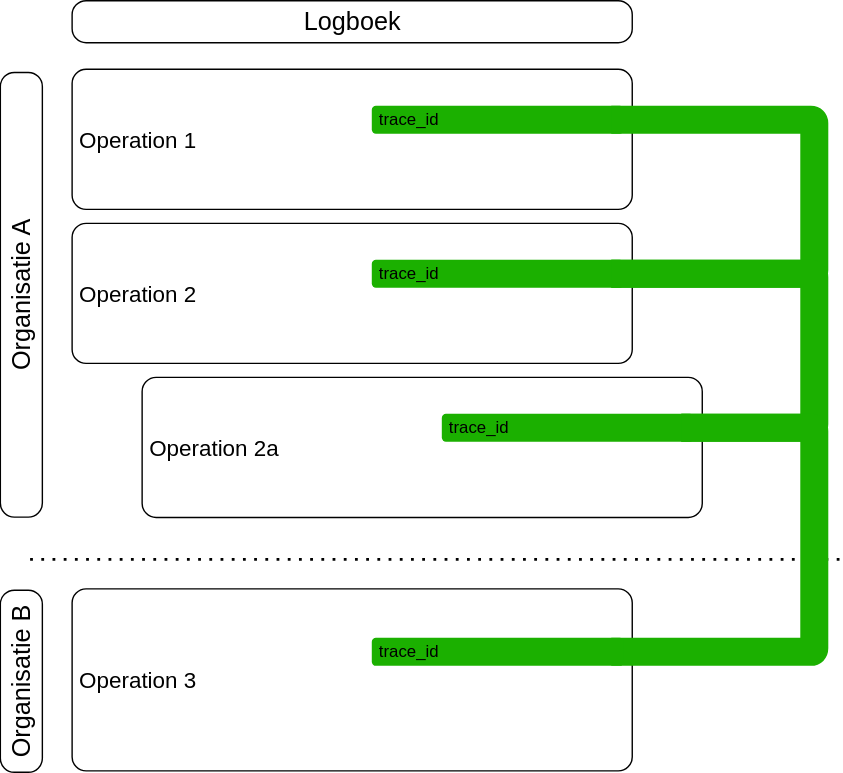
Earlier version of the draw.io export media/relatie_logboekelementen_afbeelding7.svg (Logius-standaarden/logboek-dataverwerkingen-inleiding). Source tidied: cells renumbered, new cells last; positions are measured from the earlier drawing's top-left corner, leaving out a move shared by most shapes. The source it was exported from:
```xml
<mxGraphModel>
  <root>
    <mxCell id="0" />
    <mxCell id="1" parent="0" />
    <mxCell id="2" value="Operation 2" style="rounded=1;whiteSpace=wrap;html=1;align=left;fontSize=16;spacing=5;absoluteArcSize=1;" parent="1" vertex="1">
      <mxGeometry x="195" y="159" width="400" height="100" as="geometry" />
    </mxCell>
    <mxCell id="3" value="Operation 1" style="rounded=1;whiteSpace=wrap;html=1;align=left;fontSize=16;spacing=5;absoluteArcSize=1;" parent="1" vertex="1">
      <mxGeometry x="195" y="49" width="400" height="100" as="geometry" />
    </mxCell>
    <mxCell id="4" value="Operation 2a" style="rounded=1;whiteSpace=wrap;html=1;align=left;fontSize=16;spacing=5;absoluteArcSize=1;" parent="1" vertex="1">
      <mxGeometry x="245" y="269" width="400" height="100" as="geometry" />
    </mxCell>
    <mxCell id="5" value="trace_id" style="rounded=1;whiteSpace=wrap;html=1;strokeColor=none;fillColor=#1BB000;points=[[0,0,0,0,0],[0,0.25,0,0,0],[0,0.75,0,0,0],[0,1,0,0,0],[0.05,0.5,0,0,0],[0.25,0,0,0,0],[0.25,1,0,0,0],[0.5,0,0,0,0],[0.5,1,0,0,0],[0.75,0,0,0,0],[0.75,1,0,0,0],[0.95,0.5,0,0,0],[1,0,0,0,0],[1,0.25,0,0,0],[1,0.75,0,0,0],[1,1,0,0,0]];align=left;spacing=5;" parent="1" vertex="1">
      <mxGeometry x="409" y="75" width="180" height="20" as="geometry" />
    </mxCell>
    <mxCell id="6" value="trace_id" style="rounded=1;whiteSpace=wrap;html=1;strokeColor=none;fillColor=#1BB000;points=[[0,0,0,0,0],[0,0.25,0,0,0],[0,0.75,0,0,0],[0,1,0,0,0],[0.05,0.5,0,0,0],[0.25,0,0,0,0],[0.25,1,0,0,0],[0.5,0,0,0,0],[0.5,1,0,0,0],[0.75,0,0,0,0],[0.75,1,0,0,0],[0.95,0.5,0,0,0],[1,0,0,0,0],[1,0.25,0,0,0],[1,0.75,0,0,0],[1,1,0,0,0]];align=left;spacing=5;" parent="1" vertex="1">
      <mxGeometry x="409" y="185" width="180" height="20" as="geometry" />
    </mxCell>
    <mxCell id="7" value="trace_id" style="rounded=1;whiteSpace=wrap;html=1;strokeColor=none;fillColor=#1BB000;points=[[0,0,0,0,0],[0,0.25,0,0,0],[0,0.75,0,0,0],[0,1,0,0,0],[0.05,0.5,0,0,0],[0.25,0,0,0,0],[0.25,1,0,0,0],[0.5,0,0,0,0],[0.5,1,0,0,0],[0.75,0,0,0,0],[0.75,1,0,0,0],[0.95,0.5,0,0,0],[1,0,0,0,0],[1,0.25,0,0,0],[1,0.75,0,0,0],[1,1,0,0,0]];align=left;spacing=5;" parent="1" vertex="1">
      <mxGeometry x="459" y="295" width="180" height="20" as="geometry" />
    </mxCell>
    <mxCell id="8" value="Operation 3" style="rounded=1;whiteSpace=wrap;html=1;align=left;fontSize=16;spacing=5;absoluteArcSize=1;" parent="1" vertex="1">
      <mxGeometry x="195" y="420" width="400" height="130" as="geometry" />
    </mxCell>
    <mxCell id="9" style="edgeStyle=orthogonalEdgeStyle;rounded=1;jettySize=auto;html=1;entryX=0.95;entryY=0.5;entryDx=0;entryDy=0;entryPerimeter=0;endArrow=none;startFill=0;strokeWidth=20;exitX=0.95;exitY=0.5;exitDx=0;exitDy=0;exitPerimeter=0;strokeColor=#1BB000;curved=0;arcSize=5;" parent="1" edge="1" source="5" target="6">
      <mxGeometry relative="1" as="geometry">
        <Array as="points">
          <mxPoint x="725" y="85" />
          <mxPoint x="725" y="195" />
        </Array>
      </mxGeometry>
    </mxCell>
    <mxCell id="10" style="edgeStyle=orthogonalEdgeStyle;rounded=1;jettySize=auto;html=1;endArrow=none;startFill=0;strokeWidth=20;strokeColor=#1BB000;curved=0;arcSize=5;entryX=0.95;entryY=0.5;entryDx=0;entryDy=0;entryPerimeter=0;exitX=0.95;exitY=0.5;exitDx=0;exitDy=0;exitPerimeter=0;" parent="1" edge="1" source="6" target="7">
      <mxGeometry relative="1" as="geometry">
        <Array as="points">
          <mxPoint x="725" y="195" />
          <mxPoint x="725" y="305" />
        </Array>
      </mxGeometry>
    </mxCell>
    <mxCell id="11" style="endArrow=none;dashed=1;html=1;dashPattern=1 3;strokeWidth=2;rounded=0;" parent="1" edge="1">
      <mxGeometry relative="1" as="geometry">
        <mxPoint x="165" y="399" as="sourcePoint" />
        <mxPoint x="743" y="399" as="targetPoint" />
      </mxGeometry>
    </mxCell>
    <mxCell id="12" style="edgeStyle=orthogonalEdgeStyle;rounded=1;jettySize=auto;html=1;endArrow=none;startFill=0;strokeWidth=20;strokeColor=#1BB000;curved=0;arcSize=5;entryX=0.95;entryY=0.5;entryDx=0;entryDy=0;entryPerimeter=0;exitX=0.95;exitY=0.5;exitDx=0;exitDy=0;exitPerimeter=0;" parent="1" edge="1" source="7" target="13">
      <mxGeometry relative="1" as="geometry">
        <Array as="points">
          <mxPoint x="725" y="305" />
          <mxPoint x="725" y="465" />
        </Array>
      </mxGeometry>
    </mxCell>
    <mxCell id="13" value="trace_id" style="rounded=1;whiteSpace=wrap;html=1;strokeColor=none;fillColor=#1BB000;points=[[0,0,0,0,0],[0,0.25,0,0,0],[0,0.75,0,0,0],[0,1,0,0,0],[0.05,0.5,0,0,0],[0.25,0,0,0,0],[0.25,1,0,0,0],[0.5,0,0,0,0],[0.5,1,0,0,0],[0.75,0,0,0,0],[0.75,1,0,0,0],[0.95,0.5,0,0,0],[1,0,0,0,0],[1,0.25,0,0,0],[1,0.75,0,0,0],[1,1,0,0,0]];align=left;spacing=5;gradientColor=none;gradientDirection=west;" parent="1" vertex="1">
      <mxGeometry x="409" y="455" width="180" height="20" as="geometry" />
    </mxCell>
    <mxCell id="14" value="Organisatie A" style="text;html=1;align=center;verticalAlign=middle;whiteSpace=wrap;rounded=1;rotation=-90;fontSize=18;fillColor=none;strokeColor=default;absoluteArcSize=1;" parent="1" vertex="1">
      <mxGeometry y="195" width="317.5" height="30" as="geometry" />
    </mxCell>
    <mxCell id="15" value="Organisatie B" style="text;html=1;align=center;verticalAlign=middle;whiteSpace=wrap;rounded=1;rotation=-90;fontSize=18;fillColor=none;strokeColor=default;absoluteArcSize=1;" parent="1" vertex="1">
      <mxGeometry x="93.8" y="471" width="130" height="30" as="geometry" />
    </mxCell>
    <mxCell id="16" value="Logboek" style="text;html=1;align=center;verticalAlign=middle;whiteSpace=wrap;rounded=1;rotation=0;fontSize=18;fillColor=none;strokeColor=default;absoluteArcSize=1;" parent="1" vertex="1">
      <mxGeometry x="195" width="400" height="30" as="geometry" />
    </mxCell>
  </root>
</mxGraphModel>
```
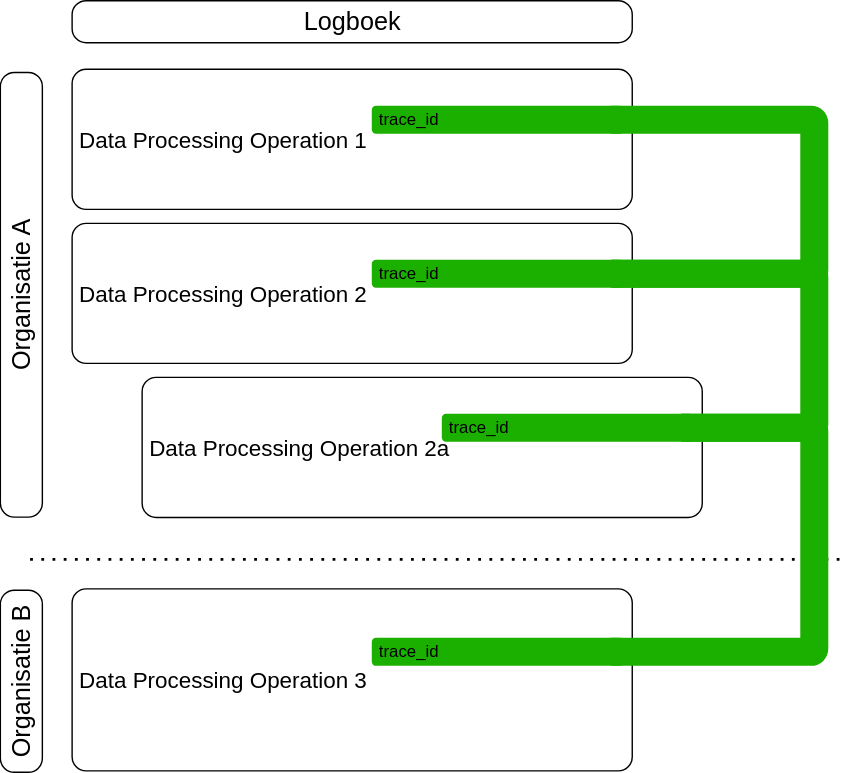
Above is the later version.

Diff of the diagram source:
```diff
@@ -2,13 +2,13 @@
   <root>
     <mxCell id="0" />
     <mxCell id="1" parent="0" />
-    <mxCell id="2" value="Operation 2" style="rounded=1;whiteSpace=wrap;html=1;align=left;fontSize=16;spacing=5;absoluteArcSize=1;" parent="1" vertex="1">
+    <mxCell id="2" value="Data Processing Operation 2" style="rounded=1;whiteSpace=wrap;html=1;align=left;fontSize=16;spacing=5;absoluteArcSize=1;" parent="1" vertex="1">
       <mxGeometry x="195" y="159" width="400" height="100" as="geometry" />
     </mxCell>
-    <mxCell id="3" value="Operation 1" style="rounded=1;whiteSpace=wrap;html=1;align=left;fontSize=16;spacing=5;absoluteArcSize=1;" parent="1" vertex="1">
+    <mxCell id="3" value="Data Processing Operation 1" style="rounded=1;whiteSpace=wrap;html=1;align=left;fontSize=16;spacing=5;absoluteArcSize=1;" parent="1" vertex="1">
       <mxGeometry x="195" y="49" width="400" height="100" as="geometry" />
     </mxCell>
-    <mxCell id="4" value="Operation 2a" style="rounded=1;whiteSpace=wrap;html=1;align=left;fontSize=16;spacing=5;absoluteArcSize=1;" parent="1" vertex="1">
+    <mxCell id="4" value="Data Processing Operation 2a" style="rounded=1;whiteSpace=wrap;html=1;align=left;fontSize=16;spacing=5;absoluteArcSize=1;" parent="1" vertex="1">
       <mxGeometry x="245" y="269" width="400" height="100" as="geometry" />
     </mxCell>
     <mxCell id="5" value="trace_id" style="rounded=1;whiteSpace=wrap;html=1;strokeColor=none;fillColor=#1BB000;points=[[0,0,0,0,0],[0,0.25,0,0,0],[0,0.75,0,0,0],[0,1,0,0,0],[0.05,0.5,0,0,0],[0.25,0,0,0,0],[0.25,1,0,0,0],[0.5,0,0,0,0],[0.5,1,0,0,0],[0.75,0,0,0,0],[0.75,1,0,0,0],[0.95,0.5,0,0,0],[1,0,0,0,0],[1,0.25,0,0,0],[1,0.75,0,0,0],[1,1,0,0,0]];align=left;spacing=5;" parent="1" vertex="1">
@@ -20,7 +20,7 @@
     <mxCell id="7" value="trace_id" style="rounded=1;whiteSpace=wrap;html=1;strokeColor=none;fillColor=#1BB000;points=[[0,0,0,0,0],[0,0.25,0,0,0],[0,0.75,0,0,0],[0,1,0,0,0],[0.05,0.5,0,0,0],[0.25,0,0,0,0],[0.25,1,0,0,0],[0.5,0,0,0,0],[0.5,1,0,0,0],[0.75,0,0,0,0],[0.75,1,0,0,0],[0.95,0.5,0,0,0],[1,0,0,0,0],[1,0.25,0,0,0],[1,0.75,0,0,0],[1,1,0,0,0]];align=left;spacing=5;" parent="1" vertex="1">
       <mxGeometry x="459" y="295" width="180" height="20" as="geometry" />
     </mxCell>
-    <mxCell id="8" value="Operation 3" style="rounded=1;whiteSpace=wrap;html=1;align=left;fontSize=16;spacing=5;absoluteArcSize=1;" parent="1" vertex="1">
+    <mxCell id="8" value="Data Processing Operation 3" style="rounded=1;whiteSpace=wrap;html=1;align=left;fontSize=16;spacing=5;absoluteArcSize=1;" parent="1" vertex="1">
       <mxGeometry x="195" y="420" width="400" height="130" as="geometry" />
     </mxCell>
     <mxCell id="9" style="edgeStyle=orthogonalEdgeStyle;rounded=1;jettySize=auto;html=1;entryX=0.95;entryY=0.5;entryDx=0;entryDy=0;entryPerimeter=0;endArrow=none;startFill=0;strokeWidth=20;exitX=0.95;exitY=0.5;exitDx=0;exitDy=0;exitPerimeter=0;strokeColor=#1BB000;curved=0;arcSize=5;" parent="1" edge="1" source="5" target="6">
```
